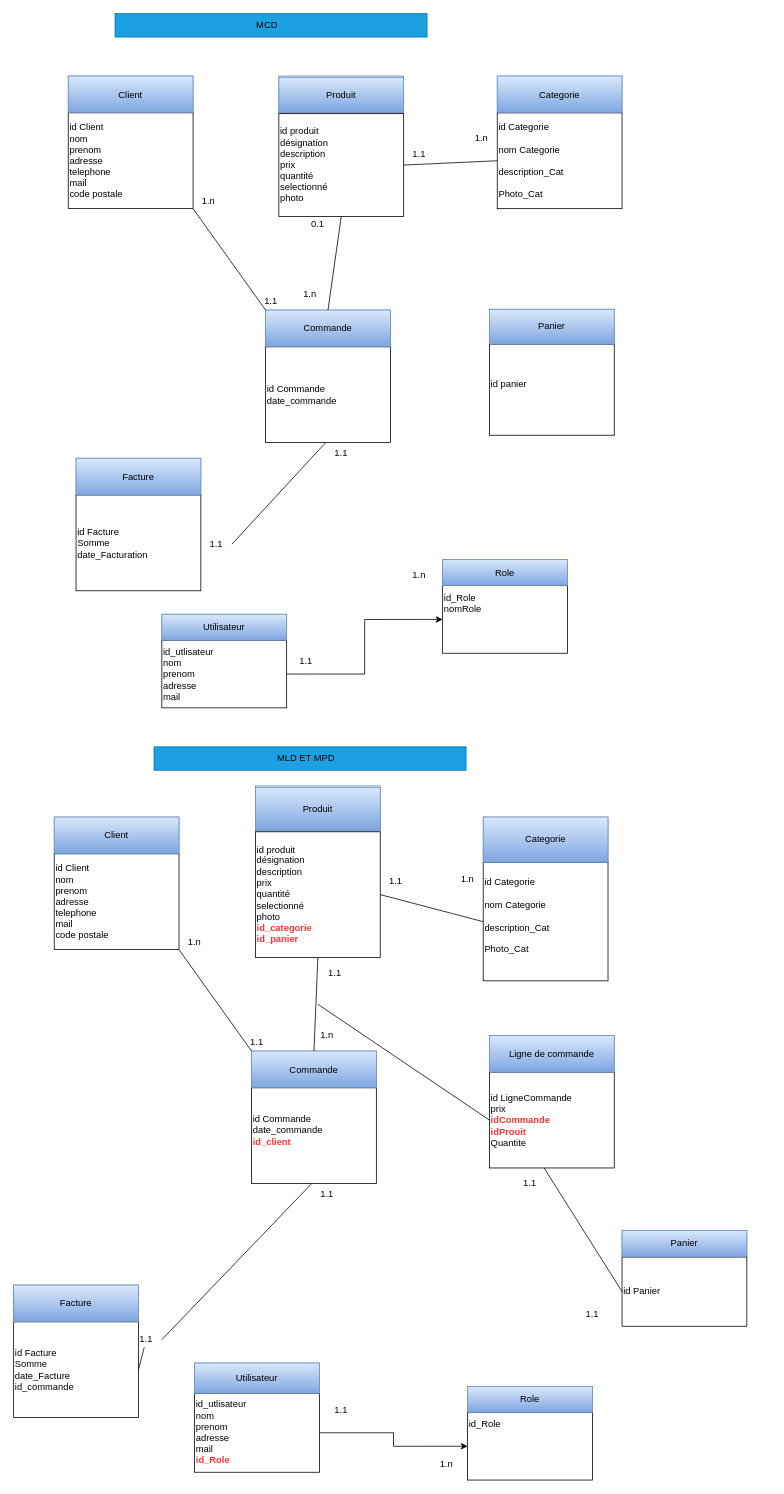
Earlier version of the draw.io diagram Conception.drawio (Djeinaba2019/Projet-E-commerce). Source tidied: cells renumbered, new cells numbered last; positions are measured from the earlier drawing's top-left corner, leaving out a move shared by most shapes. Both pictures are drawn from the tidied source at 78%, with x=0, y=0 at pixel (13, 13).
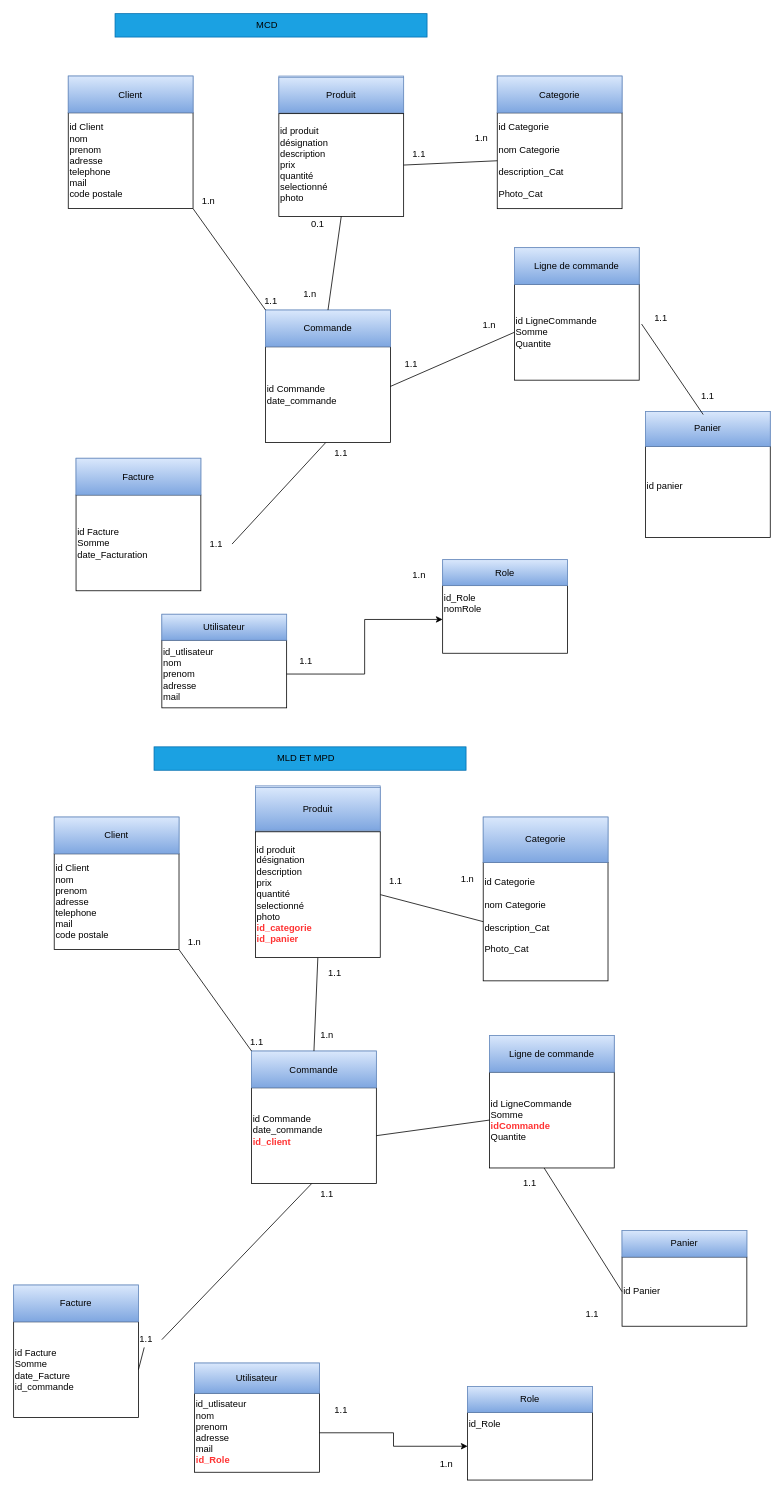
The same page after the edit.

Commit message:
La conception du projet MCD, MLD ET MPD

The change refers to these unchanged cells:
```xml
<mxCell id="16" value="&lt;div align=&quot;left&quot;&gt;id Commande&lt;br&gt;&lt;/div&gt;date_commande" style="rounded=0;whiteSpace=wrap;html=1;align=left;" parent="14" vertex="1">
  <mxGeometry y="47.1" width="160" height="122.8" as="geometry" />
</mxCell>
<mxCell id="21" value="Panier" style="text;html=1;strokeColor=#6c8ebf;fillColor=#dae8fc;align=center;verticalAlign=middle;whiteSpace=wrap;rounded=0;gradientColor=#7ea6e0;" parent="18" vertex="1">
  <mxGeometry width="160" height="44.8" as="geometry" />
</mxCell>
<mxCell id="60" value="&lt;div align=&quot;left&quot;&gt;id Commande&lt;br&gt;&lt;/div&gt;&lt;div&gt;date_commande&lt;/div&gt;&lt;div&gt;&lt;font color=&quot;#FF3333&quot;&gt;&lt;b&gt;id_client&lt;/b&gt;&lt;/font&gt;&lt;/div&gt;&lt;div&gt;&lt;br&gt;&lt;/div&gt;" style="rounded=0;whiteSpace=wrap;html=1;align=left;" parent="58" vertex="1">
  <mxGeometry y="47.1" width="160" height="122.8" as="geometry" />
</mxCell>
<mxCell id="62" style="group;" parent="1" vertex="1">
  <mxGeometry x="610" y="1310" width="160" height="180" as="geometry" />
</mxCell>
```

What changed in the source:
```diff
@@
     <mxCell id="18" style="group;" parent="1" vertex="1">
-      <mxGeometry x="610" y="379" width="160" height="171" as="geometry" />
+      <mxGeometry x="810" y="510" width="160" height="171" as="geometry" />
     </mxCell>
@@
-    <mxCell id="64" value="&lt;div&gt;id LigneCommande&lt;/div&gt;&lt;div&gt;prix&lt;/div&gt;&lt;div&gt;&lt;b&gt;&lt;font color=&quot;#FF3333&quot;&gt;idCommande&lt;/font&gt;&lt;/b&gt;&lt;/div&gt;&lt;div&gt;&lt;b&gt;&lt;font color=&quot;#FF3333&quot;&gt;idProuit&lt;/font&gt;&lt;/b&gt;&lt;/div&gt;&lt;div&gt;Quantite&lt;br&gt;&lt;/div&gt;" style="rounded=0;whiteSpace=wrap;html=1;align=left;" parent="62" vertex="1">
+    <mxCell id="64" value="&lt;div&gt;id LigneCommande&lt;/div&gt;&lt;div&gt;Somme&lt;/div&gt;&lt;div&gt;&lt;b&gt;&lt;font color=&quot;#FF3333&quot;&gt;idCommande&lt;/font&gt;&lt;/b&gt;&lt;/div&gt;&lt;div&gt;Quantite&lt;br&gt;&lt;/div&gt;" style="rounded=0;whiteSpace=wrap;html=1;align=left;" parent="62" vertex="1">
       <mxGeometry y="47.1" width="160" height="122.8" as="geometry" />
     </mxCell>
@@
-    <mxCell id="109" style="endArrow=none;html=1;entryX=0;entryY=0.5;entryDx=0;entryDy=0;" parent="1" edge="1" target="64">
-      <mxGeometry relative="1" as="geometry">
-        <mxPoint x="390" y="1270" as="sourcePoint" />
-      </mxGeometry>
+    <mxCell id="109" style="endArrow=none;html=1;entryX=0;entryY=0.5;entryDx=0;entryDy=0;exitX=1;exitY=0.5;exitDx=0;exitDy=0;" parent="1" edge="1" source="60" target="64">
+      <mxGeometry relative="1" as="geometry" />
     </mxCell>
@@
+    <mxCell id="117" style="group;" parent="1" vertex="1">
+      <mxGeometry x="642" y="300" width="160" height="180" as="geometry" />
+    </mxCell>
+    <mxCell id="118" style="rounded=0;whiteSpace=wrap;html=1;fillColor=#dae8fc;strokeColor=#6c8ebf;" parent="117" vertex="1">
+      <mxGeometry width="160" height="47.1" as="geometry" />
+    </mxCell>
+    <mxCell id="119" value="&lt;div&gt;id LigneCommande&lt;/div&gt;&lt;div&gt;Somme&lt;/div&gt;&lt;div&gt;Quantite&lt;br&gt;&lt;/div&gt;" style="rounded=0;whiteSpace=wrap;html=1;align=left;" parent="117" vertex="1">
+      <mxGeometry y="47.1" width="160" height="122.8" as="geometry" />
+    </mxCell>
+    <mxCell id="120" value="Ligne de commande" style="text;html=1;strokeColor=#6c8ebf;fillColor=#dae8fc;align=center;verticalAlign=middle;whiteSpace=wrap;rounded=0;gradientColor=#7ea6e0;" parent="117" vertex="1">
+      <mxGeometry width="160" height="47.1" as="geometry" />
+    </mxCell>
+    <mxCell id="121" style="endArrow=none;html=1;exitX=1;exitY=0.414;exitDx=0;exitDy=0;exitPerimeter=0;entryX=0;entryY=0.5;entryDx=0;entryDy=0;" parent="1" edge="1" source="16" target="119">
+      <mxGeometry relative="1" as="geometry" />
+    </mxCell>
+    <mxCell id="122" style="endArrow=none;html=1;entryX=1.019;entryY=0.414;entryDx=0;entryDy=0;entryPerimeter=0;exitX=0.463;exitY=0.089;exitDx=0;exitDy=0;exitPerimeter=0;" parent="1" edge="1" source="21" target="119">
+      <mxGeometry relative="1" as="geometry" />
+    </mxCell>
+    <mxCell id="123" value="1.1" style="text;html=1;strokeColor=none;fillColor=none;align=center;verticalAlign=middle;whiteSpace=wrap;rounded=0;" parent="1" vertex="1">
+      <mxGeometry x="490" y="440" width="40" height="20" as="geometry" />
+    </mxCell>
+    <mxCell id="124" value="1.n" style="text;html=1;strokeColor=none;fillColor=none;align=center;verticalAlign=middle;whiteSpace=wrap;rounded=0;" parent="1" vertex="1">
+      <mxGeometry x="590" y="390" width="40" height="20" as="geometry" />
+    </mxCell>
+    <mxCell id="125" value="1.1" style="text;html=1;strokeColor=none;fillColor=none;align=center;verticalAlign=middle;whiteSpace=wrap;rounded=0;" parent="1" vertex="1">
+      <mxGeometry x="810" y="380" width="40" height="20" as="geometry" />
+    </mxCell>
+    <mxCell id="126" value="1.1" style="text;html=1;strokeColor=none;fillColor=none;align=center;verticalAlign=middle;whiteSpace=wrap;rounded=0;" parent="1" vertex="1">
+      <mxGeometry x="870" y="480" width="40" height="20" as="geometry" />
+    </mxCell>
```
